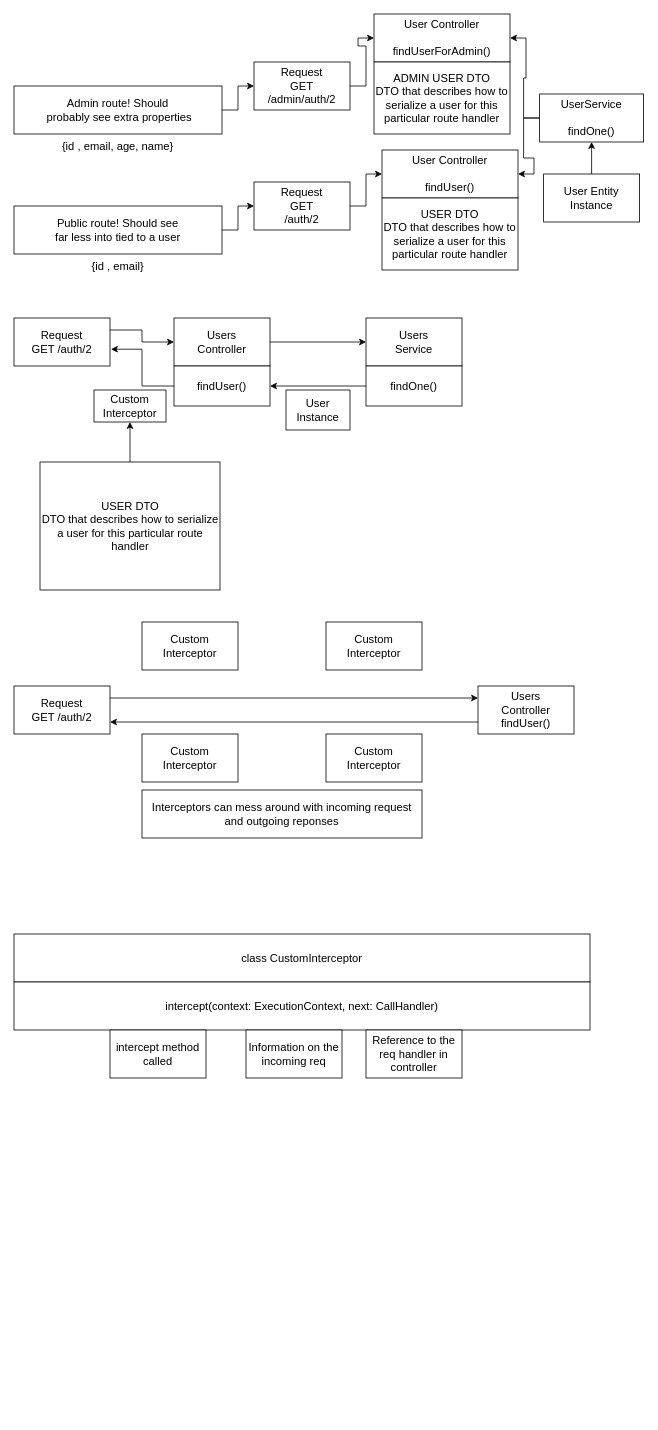
This is src/problem statement.drawio from jivebreaddev/used_car_nest_rest_api, a draw.io file, before an edit. Source tidied: cells renumbered, new cells numbered last; positions are measured from the earlier drawing's top-left corner, leaving out a move shared by most shapes. Both pictures are drawn from the tidied source at 80%, with x=0, y=0 at pixel (14, 14).
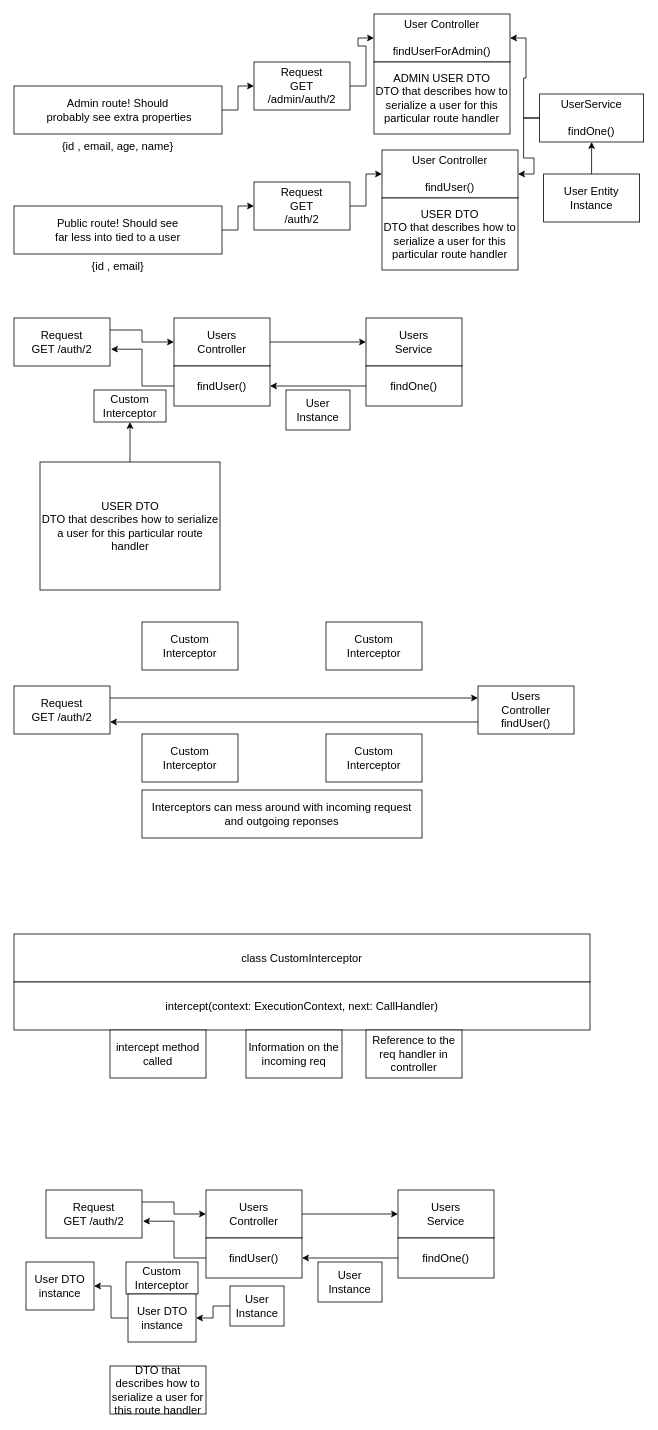
The same diagram, later.

Diff of the diagram source:
```diff
@@
+    <mxCell id="48" style="edgeStyle=orthogonalEdgeStyle;rounded=0;jettySize=auto;html=1;exitX=1;exitY=0.25;exitDx=0;exitDy=0;fontSize=14;" parent="1" edge="1" source="49" target="51">
+      <mxGeometry relative="1" as="geometry" />
+    </mxCell>
+    <mxCell id="49" value="Request&lt;br&gt;GET /auth/2" style="rounded=0;whiteSpace=wrap;html=1;fontSize=14;" parent="1" vertex="1">
+      <mxGeometry x="40" y="1470" width="120" height="60" as="geometry" />
+    </mxCell>
+    <mxCell id="50" style="edgeStyle=orthogonalEdgeStyle;rounded=0;jettySize=auto;html=1;exitX=1;exitY=0.5;exitDx=0;exitDy=0;entryX=0;entryY=0.5;entryDx=0;entryDy=0;fontSize=14;" parent="1" edge="1" source="51" target="52">
+      <mxGeometry relative="1" as="geometry" />
+    </mxCell>
+    <mxCell id="51" value="Users&lt;br&gt;Controller" style="rounded=0;whiteSpace=wrap;html=1;fontSize=14;" parent="1" vertex="1">
+      <mxGeometry x="240" y="1470" width="120" height="60" as="geometry" />
+    </mxCell>
+    <mxCell id="52" value="Users&lt;br&gt;Service" style="rounded=0;whiteSpace=wrap;html=1;fontSize=14;" parent="1" vertex="1">
+      <mxGeometry x="480" y="1470" width="120" height="60" as="geometry" />
+    </mxCell>
+    <mxCell id="53" style="edgeStyle=orthogonalEdgeStyle;rounded=0;jettySize=auto;html=1;exitX=0;exitY=0.5;exitDx=0;exitDy=0;entryX=1.01;entryY=0.65;entryDx=0;entryDy=0;entryPerimeter=0;fontSize=14;" parent="1" edge="1" source="54" target="49">
+      <mxGeometry relative="1" as="geometry" />
+    </mxCell>
+    <mxCell id="54" value="findUser()" style="rounded=0;whiteSpace=wrap;html=1;fontSize=14;" parent="1" vertex="1">
+      <mxGeometry x="240" y="1530" width="120" height="50" as="geometry" />
+    </mxCell>
+    <mxCell id="55" style="edgeStyle=orthogonalEdgeStyle;rounded=0;jettySize=auto;html=1;exitX=0;exitY=0.5;exitDx=0;exitDy=0;entryX=1;entryY=0.5;entryDx=0;entryDy=0;fontSize=14;" parent="1" edge="1" source="56" target="54">
+      <mxGeometry relative="1" as="geometry" />
+    </mxCell>
+    <mxCell id="56" value="findOne()" style="rounded=0;whiteSpace=wrap;html=1;fontSize=14;" parent="1" vertex="1">
+      <mxGeometry x="480" y="1530" width="120" height="50" as="geometry" />
+    </mxCell>
+    <mxCell id="57" value="User Instance" style="rounded=0;whiteSpace=wrap;html=1;fontSize=14;" parent="1" vertex="1">
+      <mxGeometry x="380" y="1560" width="80" height="50" as="geometry" />
+    </mxCell>
+    <mxCell id="58" value="Custom&lt;br&gt;Interceptor" style="rounded=0;whiteSpace=wrap;html=1;fontSize=14;" parent="1" vertex="1">
+      <mxGeometry x="140" y="1560" width="90" height="40" as="geometry" />
+    </mxCell>
+    <mxCell id="59" style="edgeStyle=orthogonalEdgeStyle;rounded=0;jettySize=auto;html=1;exitX=0;exitY=0.5;exitDx=0;exitDy=0;entryX=1;entryY=0.5;entryDx=0;entryDy=0;fontSize=14;" parent="1" edge="1" source="60" target="63">
+      <mxGeometry relative="1" as="geometry" />
+    </mxCell>
+    <mxCell id="60" value="User DTO&lt;br&gt;instance" style="rounded=0;whiteSpace=wrap;html=1;fontSize=14;" parent="1" vertex="1">
+      <mxGeometry x="142.5" y="1600" width="85" height="60" as="geometry" />
+    </mxCell>
+    <mxCell id="61" style="edgeStyle=orthogonalEdgeStyle;rounded=0;jettySize=auto;html=1;entryX=1;entryY=0.5;entryDx=0;entryDy=0;fontSize=14;" parent="1" edge="1" source="62" target="60">
+      <mxGeometry relative="1" as="geometry" />
+    </mxCell>
+    <mxCell id="62" value="User Instance" style="rounded=0;whiteSpace=wrap;html=1;fontSize=14;" parent="1" vertex="1">
+      <mxGeometry x="270" y="1590" width="67.5" height="50" as="geometry" />
+    </mxCell>
+    <mxCell id="63" value="User DTO&lt;br&gt;instance" style="rounded=0;whiteSpace=wrap;html=1;fontSize=14;" parent="1" vertex="1">
+      <mxGeometry x="15" y="1560" width="85" height="60" as="geometry" />
+    </mxCell>
+    <mxCell id="64" value="DTO that describes how to serialize a user for this route handler" style="rounded=0;whiteSpace=wrap;html=1;fontSize=14;" parent="1" vertex="1">
+      <mxGeometry x="120" y="1690" width="120" height="60" as="geometry" />
+    </mxCell>
```
